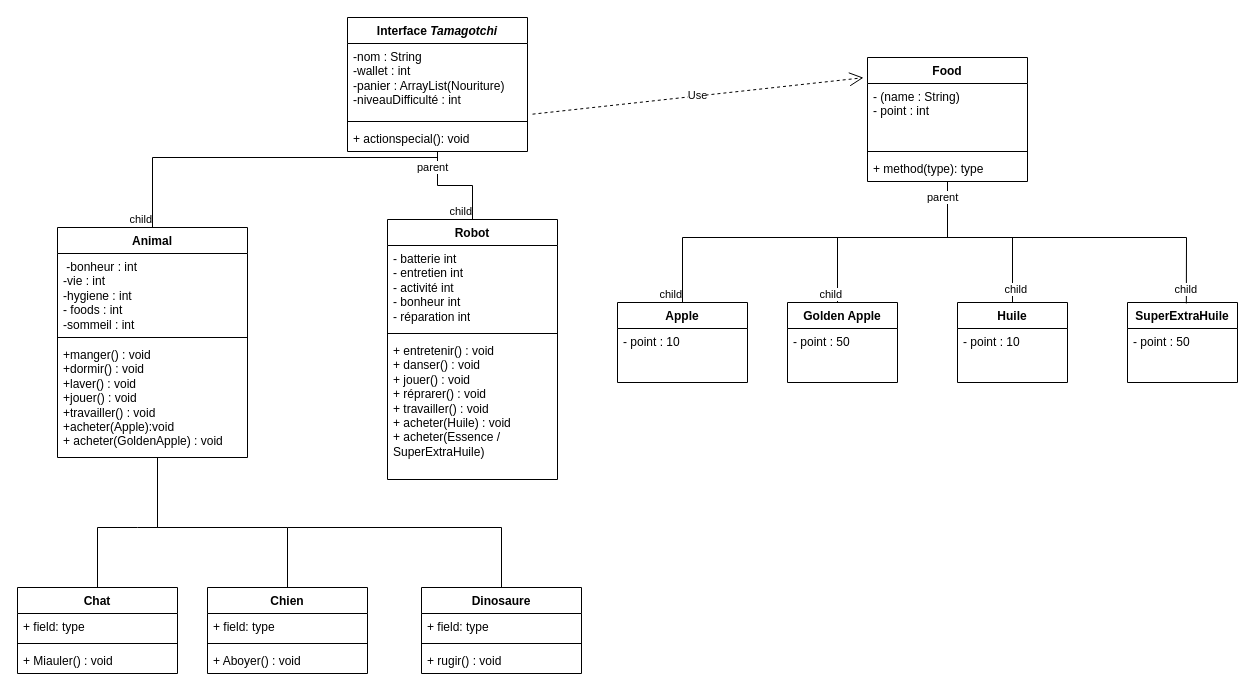
BMaurice56/Tamagotchi keeps this draw.io diagram as page "Page-2" (2 of 2) of Diagram.drawio. Above is the earlier version. Source tidied: cells renumbered, new cells numbered last; positions are measured from the earlier drawing's top-left corner, leaving out a move shared by most shapes. Both pictures are drawn from the tidied source at 100%, with x=0, y=0 at pixel (17, 17).
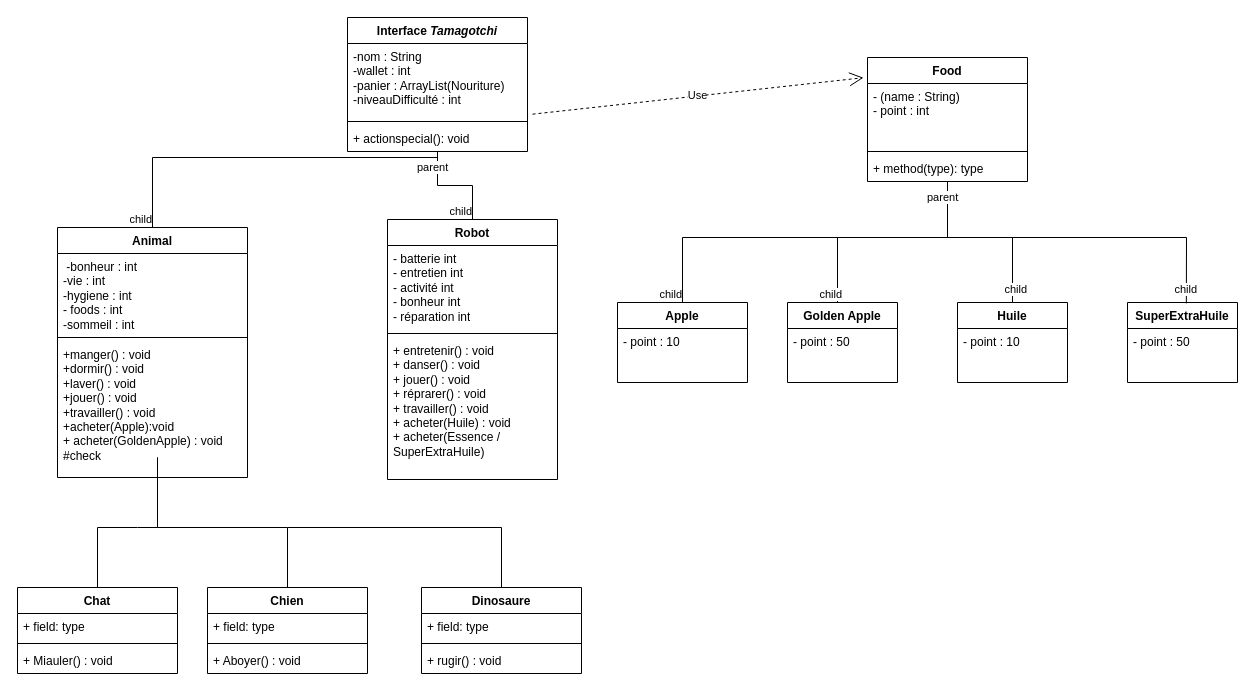
After the change.

Commit message:
Mettre à jour Diagram.drawio

Diff of the diagram source:
```diff
@@
     <mxCell id="14" value="Animal" style="swimlane;fontStyle=1;align=center;verticalAlign=top;horizontal=1;startSize=26;whiteSpace=wrap;html=1;" parent="1" vertex="1">
-      <mxGeometry x="40" y="210" width="190" height="230" as="geometry" />
+      <mxGeometry x="40" y="210" width="190" height="250" as="geometry" />
     </mxCell>
@@
-    <mxCell id="17" value="&lt;div&gt;+manger() : void&lt;/div&gt;&lt;div&gt;+dormir() : void&lt;/div&gt;&lt;div&gt;+laver() : void&lt;/div&gt;&lt;div&gt;+jouer() : void&lt;/div&gt;&lt;div&gt;+travailler() : void&lt;br&gt;&lt;/div&gt;&lt;div&gt;+acheter(Apple):void&lt;/div&gt;&lt;div&gt;+ acheter(GoldenApple) : void&lt;/div&gt;" style="text;strokeColor=none;fillColor=none;align=left;verticalAlign=top;spacingLeft=4;spacingRight=4;overflow=hidden;whiteSpace=wrap;html=1;" parent="14" vertex="1">
-      <mxGeometry y="114" width="190" height="116" as="geometry" />
+    <mxCell id="17" value="&lt;div&gt;+manger() : void&lt;/div&gt;&lt;div&gt;+dormir() : void&lt;/div&gt;&lt;div&gt;+laver() : void&lt;/div&gt;&lt;div&gt;+jouer() : void&lt;/div&gt;&lt;div&gt;+travailler() : void&lt;br&gt;&lt;/div&gt;&lt;div&gt;+acheter(Apple):void&lt;/div&gt;&lt;div&gt;+ acheter(GoldenApple) : void&lt;/div&gt;&lt;div&gt;#check&lt;br&gt;&lt;/div&gt;&lt;div&gt;&lt;br&gt;&lt;/div&gt;" style="text;strokeColor=none;fillColor=none;align=left;verticalAlign=top;spacingLeft=4;spacingRight=4;overflow=hidden;whiteSpace=wrap;html=1;" parent="14" vertex="1">
+      <mxGeometry y="114" width="190" height="136" as="geometry" />
     </mxCell>
```
